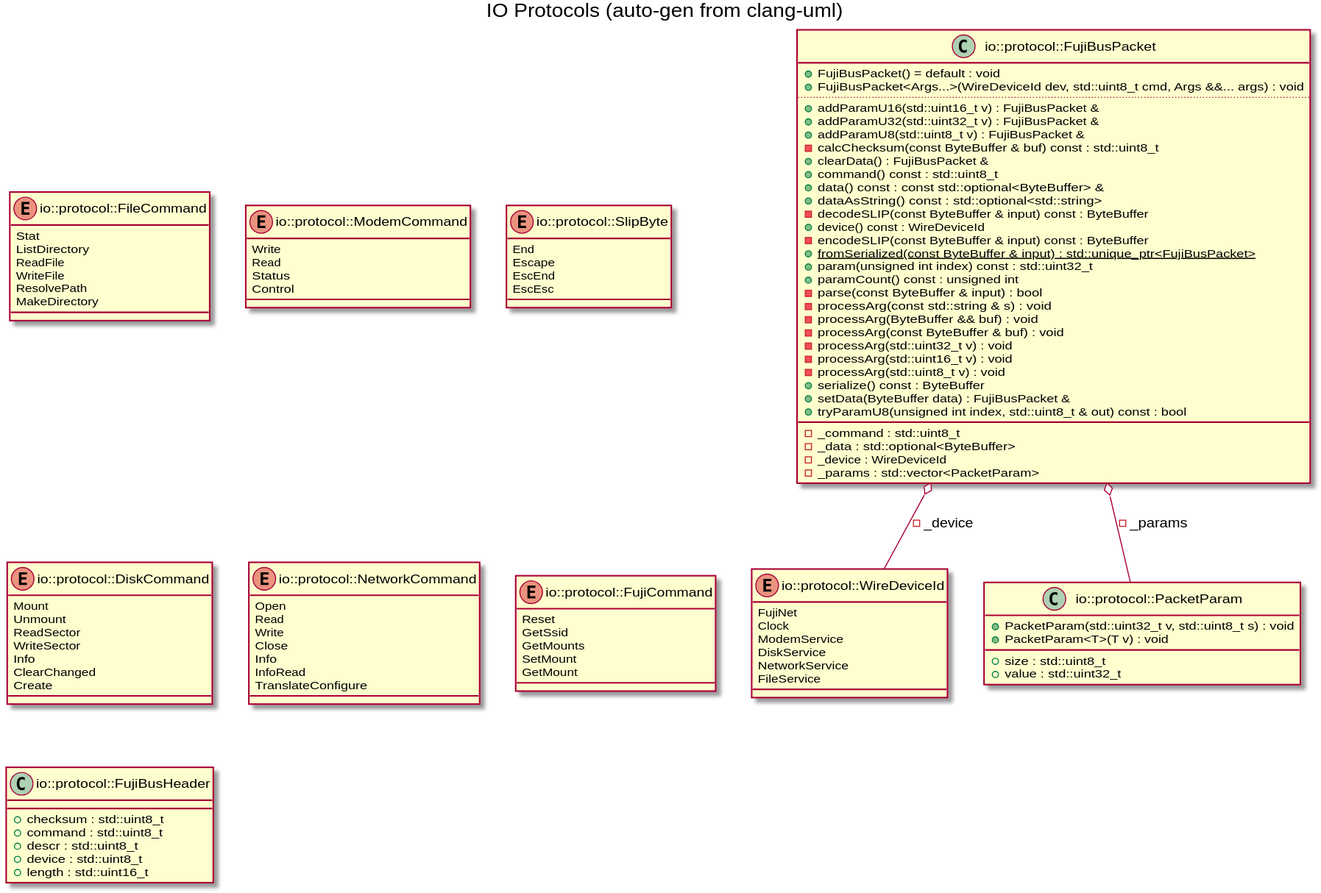
Earlier version of the PlantUML export docs/images/gen_io_protocol.svg (jeffpiep/fujinet-nio). Source of this version:
```plantuml
@startuml
title IO Protocols (auto-gen from clang-uml)
enum "io::protocol::WireDeviceId" as C_0015225225004340369839
enum C_0015225225004340369839 {
FujiNet
Clock
ModemService
DiskService
NetworkService
FileService
}
enum "io::protocol::FileCommand" as C_0003895064208135060769
enum C_0003895064208135060769 {
Stat
ListDirectory
ReadFile
WriteFile
ResolvePath
MakeDirectory
}
enum "io::protocol::ModemCommand" as C_0010997942004027913014
enum C_0010997942004027913014 {
Write
Read
Status
Control
}
enum "io::protocol::SlipByte" as C_0010627602090167488081
enum C_0010627602090167488081 {
End
Escape
EscEnd
EscEsc
}
class "io::protocol::PacketParam" as C_0003277087640557799971
class C_0003277087640557799971 {
+PacketParam(std::uint32_t v, std::uint8_t s) : void
+PacketParam<T>(T v) : void
__
+size : std::uint8_t
+value : std::uint32_t
}
class "io::protocol::FujiBusPacket" as C_0017232777488057089840
class C_0017232777488057089840 {
+FujiBusPacket() = default : void
+FujiBusPacket<Args...>(WireDeviceId dev, std::uint8_t cmd, Args &&... args) : void
..
+addParamU16(std::uint16_t v) : FujiBusPacket &
+addParamU32(std::uint32_t v) : FujiBusPacket &
+addParamU8(std::uint8_t v) : FujiBusPacket &
-calcChecksum(const ByteBuffer & buf) const : std::uint8_t
+clearData() : FujiBusPacket &
+command() const : std::uint8_t
+data() const : const std::optional<ByteBuffer> &
+dataAsString() const : std::optional<std::string>
-decodeSLIP(const ByteBuffer & input) const : ByteBuffer
+device() const : WireDeviceId
-encodeSLIP(const ByteBuffer & input) const : ByteBuffer
{static} +fromSerialized(const ByteBuffer & input) : std::unique_ptr<FujiBusPacket>
+param(unsigned int index) const : std::uint32_t
+paramCount() const : unsigned int
-parse(const ByteBuffer & input) : bool
-processArg(const std::string & s) : void
-processArg(ByteBuffer && buf) : void
-processArg(const ByteBuffer & buf) : void
-processArg(std::uint32_t v) : void
-processArg(std::uint16_t v) : void
-processArg(std::uint8_t v) : void
+serialize() const : ByteBuffer
+setData(ByteBuffer data) : FujiBusPacket &
+tryParamU8(unsigned int index, std::uint8_t & out) const : bool
__
-_command : std::uint8_t
-_data : std::optional<ByteBuffer>
-_device : WireDeviceId
-_params : std::vector<PacketParam>
}
enum "io::protocol::DiskCommand" as C_0015699043703645047876
enum C_0015699043703645047876 {
Mount
Unmount
ReadSector
WriteSector
Info
ClearChanged
Create
}
enum "io::protocol::NetworkCommand" as C_0007700754280455587098
enum C_0007700754280455587098 {
Open
Read
Write
Close
Info
InfoRead
TranslateConfigure
}
enum "io::protocol::FujiCommand" as C_0004628219160953719395
enum C_0004628219160953719395 {
Reset
GetSsid
GetMounts
SetMount
GetMount
}
class "io::protocol::FujiBusHeader" as C_0009954510640382192371
class C_0009954510640382192371 {
__
+checksum : std::uint8_t
+command : std::uint8_t
+descr : std::uint8_t
+device : std::uint8_t
+length : std::uint16_t
}
C_0017232777488057089840 o-- C_0015225225004340369839 : -_device
C_0017232777488057089840 o-- C_0003277087640557799971 : -_params

@enduml
```
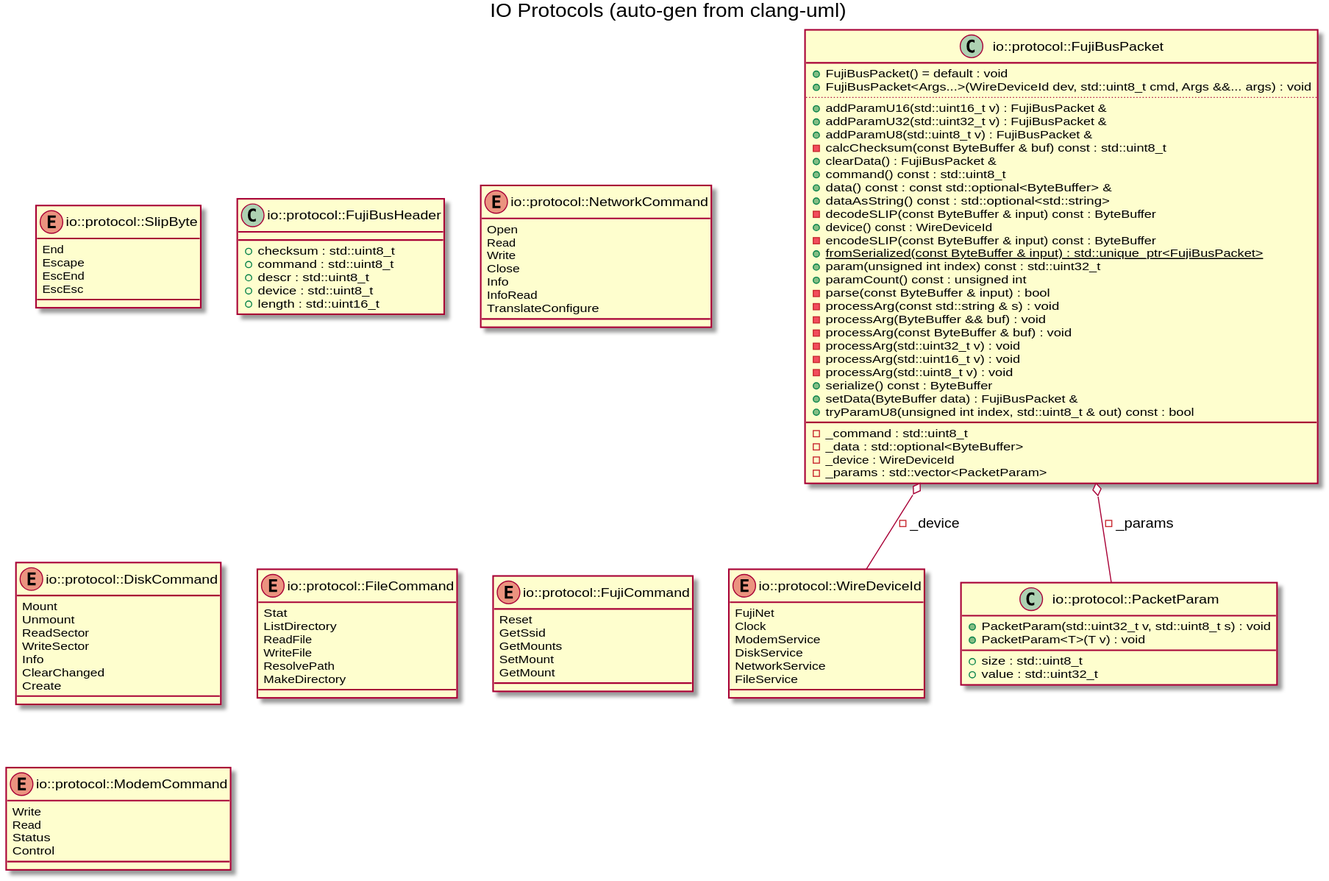
The same diagram one commit later.

What changed in the source:
```diff
@@ -8,22 +8,6 @@
 DiskService
 NetworkService
 FileService
-}
-enum "io::protocol::FileCommand" as C_0003895064208135060769
-enum C_0003895064208135060769 {
-Stat
-ListDirectory
-ReadFile
-WriteFile
-ResolvePath
-MakeDirectory
-}
-enum "io::protocol::ModemCommand" as C_0010997942004027913014
-enum C_0010997942004027913014 {
-Write
-Read
-Status
-Control
 }
 enum "io::protocol::SlipByte" as C_0010627602090167488081
 enum C_0010627602090167488081 {
@@ -75,15 +59,14 @@
 -_device : WireDeviceId
 -_params : std::vector<PacketParam>
 }
-enum "io::protocol::DiskCommand" as C_0015699043703645047876
-enum C_0015699043703645047876 {
-Mount
-Unmount
-ReadSector
-WriteSector
-Info
-ClearChanged
-Create
+class "io::protocol::FujiBusHeader" as C_0009954510640382192371
+class C_0009954510640382192371 {
+__
++checksum : std::uint8_t
++command : std::uint8_t
++descr : std::uint8_t
++device : std::uint8_t
++length : std::uint16_t
 }
 enum "io::protocol::NetworkCommand" as C_0007700754280455587098
 enum C_0007700754280455587098 {
@@ -95,6 +78,25 @@
 InfoRead
 TranslateConfigure
 }
+enum "io::protocol::DiskCommand" as C_0015699043703645047876
+enum C_0015699043703645047876 {
+Mount
+Unmount
+ReadSector
+WriteSector
+Info
+ClearChanged
+Create
+}
+enum "io::protocol::FileCommand" as C_0003895064208135060769
+enum C_0003895064208135060769 {
+Stat
+ListDirectory
+ReadFile
+WriteFile
+ResolvePath
+MakeDirectory
+}
 enum "io::protocol::FujiCommand" as C_0004628219160953719395
 enum C_0004628219160953719395 {
 Reset
@@ -103,14 +105,12 @@
 SetMount
 GetMount
 }
-class "io::protocol::FujiBusHeader" as C_0009954510640382192371
-class C_0009954510640382192371 {
-__
-+checksum : std::uint8_t
-+command : std::uint8_t
-+descr : std::uint8_t
-+device : std::uint8_t
-+length : std::uint16_t
+enum "io::protocol::ModemCommand" as C_0010997942004027913014
+enum C_0010997942004027913014 {
+Write
+Read
+Status
+Control
 }
 C_0017232777488057089840 o-- C_0015225225004340369839 : -_device
 C_0017232777488057089840 o-- C_0003277087640557799971 : -_params
```
